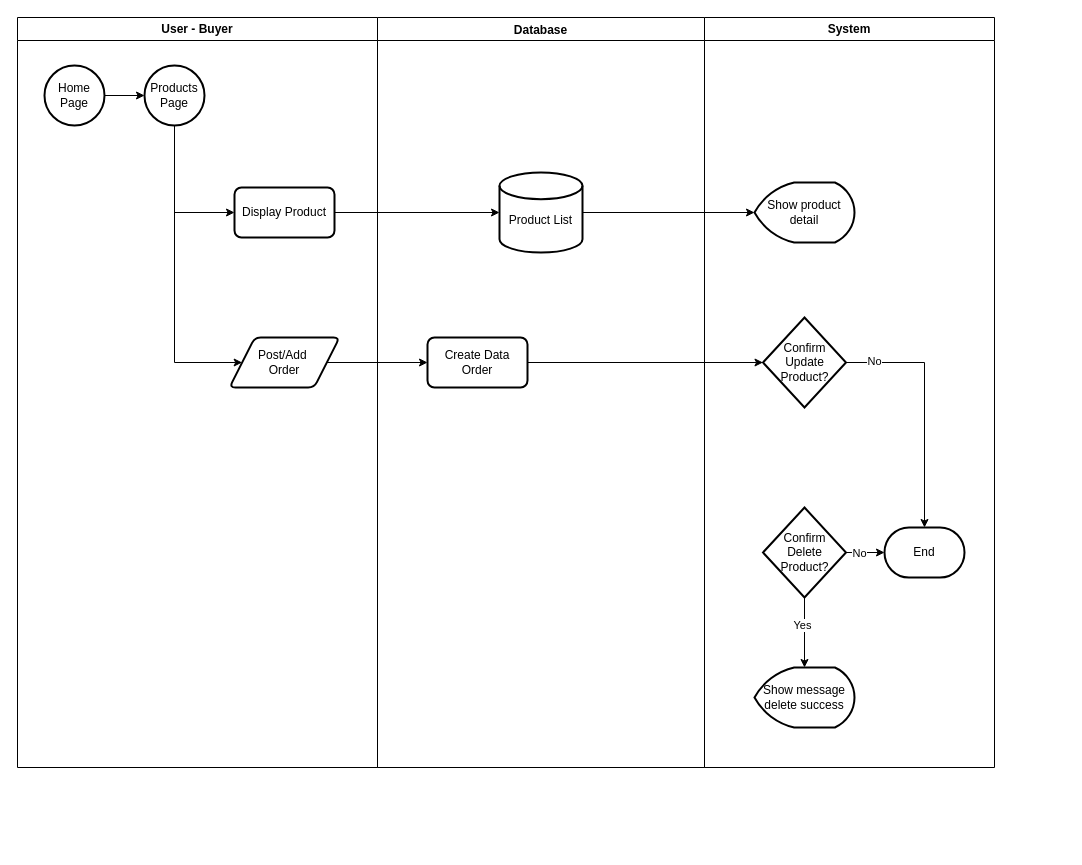
Earlier version of the draw.io diagram page "Orders" (3 of 4) of dummy/Untitled Diagram.drawio (anggreinipra/ReCircle_backend). Source tidied: cells renumbered, new cells numbered last; positions are measured from the earlier drawing's top-left corner, leaving out a move shared by most shapes. Both pictures are drawn from the tidied source at 100%, with x=0, y=0 at pixel (17, 17).
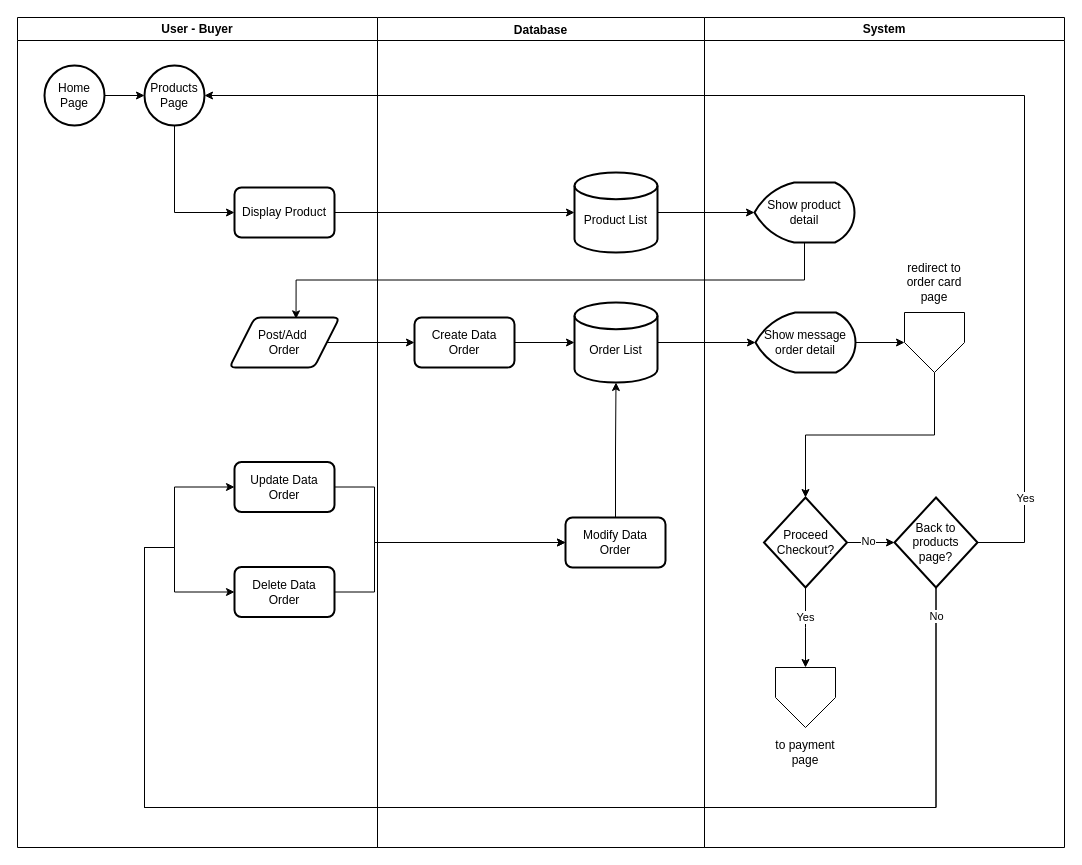
After the change.

The change refers to these unchanged cells:
```xml
<mxCell id="9" value="Products Page" style="strokeWidth=2;html=1;shape=mxgraph.flowchart.start_2;whiteSpace=wrap;" parent="7" vertex="1">
  <mxGeometry x="127" y="48" width="60" height="60" as="geometry" />
</mxCell>
<mxCell id="12" value="Display Product" style="rounded=1;whiteSpace=wrap;html=1;absoluteArcSize=1;arcSize=14;strokeWidth=2;" parent="7" vertex="1">
  <mxGeometry x="217" y="170" width="100" height="50" as="geometry" />
</mxCell>
<mxCell id="14" value="Show product detail" style="strokeWidth=2;html=1;shape=mxgraph.flowchart.display;whiteSpace=wrap;" parent="13" vertex="1">
  <mxGeometry x="50" y="165" width="100" height="60" as="geometry" />
</mxCell>
```

The edit, as a diff of the source:
```diff
@@
     <mxCell id="2" value="Database" style="swimlane;" parent="1" vertex="1">
-      <mxGeometry x="360" width="327" height="750" as="geometry" />
+      <mxGeometry x="360" width="327" height="830" as="geometry" />
     </mxCell>
     <mxCell id="3" value="&lt;div&gt;&lt;br&gt;&lt;/div&gt;Product List" style="strokeWidth=2;html=1;shape=mxgraph.flowchart.database;whiteSpace=wrap;" parent="2" vertex="1">
-      <mxGeometry x="122" y="155" width="83" height="80" as="geometry" />
+      <mxGeometry x="197" y="155" width="83" height="80" as="geometry" />
     </mxCell>
-    <mxCell id="4" value="Post/Add&amp;nbsp;&lt;div&gt;Order&lt;/div&gt;" style="shape=parallelogram;html=1;strokeWidth=2;perimeter=parallelogramPerimeter;whiteSpace=wrap;rounded=1;arcSize=12;size=0.23;" parent="2" vertex="1">
-      <mxGeometry x="-148" y="320" width="110" height="50" as="geometry" />
-    </mxCell>
-    <mxCell id="5" style="edgeStyle=orthogonalEdgeStyle;rounded=0;jettySize=auto;html=1;exitX=1;exitY=0.5;exitDx=0;exitDy=0;" parent="2" edge="1" source="4" target="6">
-      <mxGeometry relative="1" as="geometry" />
-    </mxCell>
+    <mxCell id="29" style="edgeStyle=orthogonalEdgeStyle;rounded=0;jettySize=auto;html=1;exitX=0.5;exitY=0;exitDx=0;exitDy=0;" parent="2" edge="1" source="30" target="31">
+      <mxGeometry relative="1" as="geometry" />
+    </mxCell>
+    <mxCell id="30" value="Modify Data Order" style="rounded=1;whiteSpace=wrap;html=1;absoluteArcSize=1;arcSize=14;strokeWidth=2;" parent="2" vertex="1">
+      <mxGeometry x="188" y="500" width="100" height="50" as="geometry" />
+    </mxCell>
     <mxCell id="6" value="Create Data Order" style="rounded=1;whiteSpace=wrap;html=1;absoluteArcSize=1;arcSize=14;strokeWidth=2;" parent="2" vertex="1">
-      <mxGeometry x="50" y="320" width="100" height="50" as="geometry" />
+      <mxGeometry x="37" y="300" width="100" height="50" as="geometry" />
     </mxCell>
+    <mxCell id="31" value="&lt;br&gt;&lt;div&gt;Order List&lt;/div&gt;" style="strokeWidth=2;html=1;shape=mxgraph.flowchart.database;whiteSpace=wrap;" parent="2" vertex="1">
+      <mxGeometry x="197" y="285" width="83" height="80" as="geometry" />
+    </mxCell>
+    <mxCell id="32" style="edgeStyle=orthogonalEdgeStyle;rounded=0;jettySize=auto;html=1;exitX=1;exitY=0.5;exitDx=0;exitDy=0;entryX=0;entryY=0.5;entryDx=0;entryDy=0;entryPerimeter=0;" parent="2" edge="1" source="6" target="31">
+      <mxGeometry relative="1" as="geometry" />
+    </mxCell>
     <mxCell id="7" value="User - Buyer" style="swimlane;whiteSpace=wrap;html=1;" parent="1" vertex="1">
-      <mxGeometry width="360" height="750" as="geometry" />
+      <mxGeometry width="360" height="830" as="geometry" />
     </mxCell>
-    <mxCell id="8" style="edgeStyle=orthogonalEdgeStyle;rounded=0;jettySize=auto;html=1;exitX=0.5;exitY=1;exitDx=0;exitDy=0;exitPerimeter=0;entryX=0;entryY=0.5;entryDx=0;entryDy=0;" parent="7" edge="1" source="9" target="12">
-      <mxGeometry relative="1" as="geometry" />
-    </mxCell>
@@
+    <mxCell id="33" value="Update Data Order" style="rounded=1;whiteSpace=wrap;html=1;absoluteArcSize=1;arcSize=14;strokeWidth=2;" parent="7" vertex="1">
+      <mxGeometry x="217" y="444.5" width="100" height="50" as="geometry" />
+    </mxCell>
+    <mxCell id="34" value="Delete Data&lt;div&gt;Order&lt;/div&gt;" style="rounded=1;whiteSpace=wrap;html=1;absoluteArcSize=1;arcSize=14;strokeWidth=2;" parent="7" vertex="1">
+      <mxGeometry x="217" y="549.5" width="100" height="50" as="geometry" />
+    </mxCell>
@@
+    <mxCell id="8" style="edgeStyle=orthogonalEdgeStyle;rounded=0;jettySize=auto;html=1;exitX=0.5;exitY=1;exitDx=0;exitDy=0;exitPerimeter=0;entryX=0;entryY=0.5;entryDx=0;entryDy=0;" parent="7" edge="1" source="9" target="12">
+      <mxGeometry relative="1" as="geometry" />
+    </mxCell>
     <mxCell id="13" value="System" style="swimlane;whiteSpace=wrap;html=1;" parent="1" vertex="1">
-      <mxGeometry x="687" width="290" height="750" as="geometry" />
+      <mxGeometry x="687" width="360" height="830" as="geometry" />
     </mxCell>
@@
-    <mxCell id="15" style="edgeStyle=orthogonalEdgeStyle;rounded=0;jettySize=auto;html=1;exitX=1;exitY=0.5;exitDx=0;exitDy=0;exitPerimeter=0;" parent="13" edge="1" source="19" target="21">
-      <mxGeometry relative="1" as="geometry" />
-    </mxCell>
-    <mxCell id="16" value="No" style="edgeLabel;html=1;align=center;verticalAlign=middle;" parent="15" vertex="1">
-      <mxGeometry x="-0.37" relative="1" as="geometry" />
-    </mxCell>
-    <mxCell id="17" style="edgeStyle=orthogonalEdgeStyle;rounded=0;jettySize=auto;html=1;exitX=0.5;exitY=1;exitDx=0;exitDy=0;exitPerimeter=0;entryX=0.5;entryY=0;entryDx=0;entryDy=0;entryPerimeter=0;" parent="13" edge="1" source="19" target="20">
-      <mxGeometry relative="1" as="geometry" />
-    </mxCell>
-    <mxCell id="18" value="Yes" style="edgeLabel;html=1;align=center;verticalAlign=middle;" parent="17" vertex="1">
-      <mxGeometry x="-0.24" y="-3" relative="1" as="geometry" />
-    </mxCell>
-    <mxCell id="19" value="Confirm&lt;div&gt;Delete Product?&lt;/div&gt;" style="strokeWidth=2;html=1;shape=mxgraph.flowchart.decision;whiteSpace=wrap;" parent="13" vertex="1">
-      <mxGeometry x="58.5" y="490" width="83" height="90" as="geometry" />
-    </mxCell>
-    <mxCell id="20" value="Show message delete success" style="strokeWidth=2;html=1;shape=mxgraph.flowchart.display;whiteSpace=wrap;" parent="13" vertex="1">
-      <mxGeometry x="50" y="650" width="100" height="60" as="geometry" />
-    </mxCell>
-    <mxCell id="21" value="End" style="strokeWidth=2;html=1;shape=mxgraph.flowchart.terminator;whiteSpace=wrap;" parent="13" vertex="1">
-      <mxGeometry x="180" y="510" width="80" height="50" as="geometry" />
-    </mxCell>
-    <mxCell id="22" value="Confirm&lt;div&gt;Update Product?&lt;/div&gt;" style="strokeWidth=2;html=1;shape=mxgraph.flowchart.decision;whiteSpace=wrap;" parent="13" vertex="1">
-      <mxGeometry x="58.5" y="300" width="83" height="90" as="geometry" />
+    <mxCell id="22" value="Back to products page?" style="strokeWidth=2;html=1;shape=mxgraph.flowchart.decision;whiteSpace=wrap;" parent="13" vertex="1">
+      <mxGeometry x="190" y="480" width="83" height="90" as="geometry" />
     </mxCell>
-    <mxCell id="23" style="edgeStyle=orthogonalEdgeStyle;rounded=0;jettySize=auto;html=1;exitX=1;exitY=0.5;exitDx=0;exitDy=0;exitPerimeter=0;entryX=0.5;entryY=0;entryDx=0;entryDy=0;entryPerimeter=0;" parent="13" edge="1" source="22" target="21">
-      <mxGeometry relative="1" as="geometry" />
-    </mxCell>
-    <mxCell id="24" value="No" style="edgeLabel;html=1;align=center;verticalAlign=middle;" parent="23" vertex="1">
-      <mxGeometry x="-0.77" y="2" relative="1" as="geometry" />
-    </mxCell>
-    <mxCell id="25" style="edgeStyle=orthogonalEdgeStyle;rounded=0;jettySize=auto;html=1;exitX=0.5;exitY=1;exitDx=0;exitDy=0;exitPerimeter=0;entryX=0;entryY=0.5;entryDx=0;entryDy=0;" parent="1" edge="1" source="9" target="4">
-      <mxGeometry relative="1" as="geometry">
-        <Array as="points">
-          <mxPoint x="157" y="345" />
-        </Array>
-      </mxGeometry>
-    </mxCell>
-    <mxCell id="26" style="edgeStyle=orthogonalEdgeStyle;rounded=0;jettySize=auto;html=1;exitX=1;exitY=0.5;exitDx=0;exitDy=0;entryX=0;entryY=0.5;entryDx=0;entryDy=0;entryPerimeter=0;" parent="1" edge="1" source="6" target="22">
-      <mxGeometry relative="1" as="geometry" />
-    </mxCell>
+    <mxCell id="4" value="Post/Add&amp;nbsp;&lt;div&gt;Order&lt;/div&gt;" style="shape=parallelogram;html=1;strokeWidth=2;perimeter=parallelogramPerimeter;whiteSpace=wrap;rounded=1;arcSize=12;size=0.23;" parent="13" vertex="1">
+      <mxGeometry x="-475" y="300" width="110" height="50" as="geometry" />
+    </mxCell>
+    <mxCell id="35" style="edgeStyle=orthogonalEdgeStyle;rounded=0;jettySize=auto;html=1;exitX=0.5;exitY=1;exitDx=0;exitDy=0;exitPerimeter=0;entryX=0.605;entryY=0.027;entryDx=0;entryDy=0;entryPerimeter=0;" parent="13" edge="1" source="14" target="4">
+      <mxGeometry relative="1" as="geometry" />
+    </mxCell>
+    <mxCell id="36" style="edgeStyle=orthogonalEdgeStyle;rounded=0;jettySize=auto;html=1;exitX=1;exitY=0.5;exitDx=0;exitDy=0;exitPerimeter=0;entryX=0;entryY=0.5;entryDx=0;entryDy=0;" parent="13" edge="1" source="37" target="43">
+      <mxGeometry relative="1" as="geometry" />
+    </mxCell>
+    <mxCell id="37" value="Show message order detail" style="strokeWidth=2;html=1;shape=mxgraph.flowchart.display;whiteSpace=wrap;" parent="13" vertex="1">
+      <mxGeometry x="51" y="295" width="100" height="60" as="geometry" />
+    </mxCell>
+    <mxCell id="38" style="verticalLabelPosition=bottom;verticalAlign=top;html=1;shape=offPageConnector;rounded=0;size=0.5;" parent="13" vertex="1">
+      <mxGeometry x="71" y="650" width="60" height="60" as="geometry" />
+    </mxCell>
+    <mxCell id="39" value="to payment page" style="text;html=1;align=center;verticalAlign=middle;whiteSpace=wrap;rounded=0;" parent="13" vertex="1">
+      <mxGeometry x="66" y="720" width="70" height="30" as="geometry" />
+    </mxCell>
+    <mxCell id="40" value="Proceed Checkout?" style="strokeWidth=2;html=1;shape=mxgraph.flowchart.decision;whiteSpace=wrap;" parent="13" vertex="1">
+      <mxGeometry x="59.5" y="480" width="83" height="90" as="geometry" />
+    </mxCell>
+    <mxCell id="41" style="edgeStyle=orthogonalEdgeStyle;rounded=0;jettySize=auto;html=1;exitX=0.5;exitY=1;exitDx=0;exitDy=0;exitPerimeter=0;entryX=0.5;entryY=0;entryDx=0;entryDy=0;entryPerimeter=0;" parent="13" edge="1" source="40">
+      <mxGeometry relative="1" as="geometry">
+        <mxPoint x="101" y="650" as="targetPoint" />
+      </mxGeometry>
+    </mxCell>
+    <mxCell id="42" value="Yes" style="edgeLabel;html=1;align=center;verticalAlign=middle;" parent="41" vertex="1">
+      <mxGeometry x="-0.28" y="-1" relative="1" as="geometry" />
+    </mxCell>
+    <mxCell id="43" style="verticalLabelPosition=bottom;verticalAlign=top;html=1;shape=offPageConnector;rounded=0;size=0.5;" parent="13" vertex="1">
+      <mxGeometry x="200" y="295" width="60" height="60" as="geometry" />
+    </mxCell>
+    <mxCell id="44" value="redirect to order card page" style="text;html=1;align=center;verticalAlign=middle;whiteSpace=wrap;rounded=0;" parent="13" vertex="1">
+      <mxGeometry x="195" y="250" width="70" height="30" as="geometry" />
+    </mxCell>
+    <mxCell id="45" style="edgeStyle=orthogonalEdgeStyle;rounded=0;jettySize=auto;html=1;exitX=0.5;exitY=1;exitDx=0;exitDy=0;entryX=0.5;entryY=0;entryDx=0;entryDy=0;entryPerimeter=0;" parent="13" edge="1" source="43" target="40">
+      <mxGeometry relative="1" as="geometry" />
+    </mxCell>
+    <mxCell id="46" style="edgeStyle=orthogonalEdgeStyle;rounded=0;jettySize=auto;html=1;exitX=1;exitY=0.5;exitDx=0;exitDy=0;exitPerimeter=0;entryX=0;entryY=0.5;entryDx=0;entryDy=0;entryPerimeter=0;" parent="13" edge="1" source="40" target="22">
+      <mxGeometry relative="1" as="geometry" />
+    </mxCell>
+    <mxCell id="47" value="No" style="edgeLabel;html=1;align=center;verticalAlign=middle;" parent="46" vertex="1">
+      <mxGeometry x="-0.12" y="2" relative="1" as="geometry" />
+    </mxCell>
+    <mxCell id="28" style="edgeStyle=orthogonalEdgeStyle;rounded=0;jettySize=auto;html=1;exitX=1;exitY=0.5;exitDx=0;exitDy=0;exitPerimeter=0;entryX=0;entryY=0.5;entryDx=0;entryDy=0;entryPerimeter=0;" parent="1" edge="1" source="3" target="14">
+      <mxGeometry relative="1" as="geometry" />
+    </mxCell>
+    <mxCell id="5" style="edgeStyle=orthogonalEdgeStyle;rounded=0;jettySize=auto;html=1;exitX=1;exitY=0.5;exitDx=0;exitDy=0;" parent="1" edge="1" source="4" target="6">
+      <mxGeometry relative="1" as="geometry" />
+    </mxCell>
+    <mxCell id="48" style="edgeStyle=orthogonalEdgeStyle;rounded=0;jettySize=auto;html=1;exitX=1;exitY=0.5;exitDx=0;exitDy=0;exitPerimeter=0;entryX=0;entryY=0.5;entryDx=0;entryDy=0;entryPerimeter=0;" parent="1" edge="1" source="31" target="37">
+      <mxGeometry relative="1" as="geometry" />
+    </mxCell>
+    <mxCell id="49" style="edgeStyle=orthogonalEdgeStyle;rounded=0;jettySize=auto;html=1;exitX=1;exitY=0.5;exitDx=0;exitDy=0;exitPerimeter=0;entryX=1;entryY=0.5;entryDx=0;entryDy=0;entryPerimeter=0;" parent="1" edge="1" source="22" target="9">
+      <mxGeometry relative="1" as="geometry">
+        <Array as="points">
+          <mxPoint x="1007" y="525" />
+          <mxPoint x="1007" y="78" />
+        </Array>
+      </mxGeometry>
+    </mxCell>
+    <mxCell id="50" value="Yes" style="edgeLabel;html=1;align=center;verticalAlign=middle;" parent="49" vertex="1">
+      <mxGeometry x="-0.86" relative="1" as="geometry" />
+    </mxCell>
+    <mxCell id="51" style="edgeStyle=orthogonalEdgeStyle;rounded=0;jettySize=auto;html=1;exitX=1;exitY=0.5;exitDx=0;exitDy=0;" parent="1" edge="1" source="33" target="30">
+      <mxGeometry relative="1" as="geometry">
+        <Array as="points">
+          <mxPoint x="357" y="469" />
+          <mxPoint x="357" y="525" />
+        </Array>
+      </mxGeometry>
+    </mxCell>
+    <mxCell id="52" style="edgeStyle=orthogonalEdgeStyle;rounded=0;jettySize=auto;html=1;exitX=1;exitY=0.5;exitDx=0;exitDy=0;entryX=0;entryY=0.5;entryDx=0;entryDy=0;" parent="1" edge="1" source="34" target="30">
+      <mxGeometry relative="1" as="geometry">
+        <Array as="points">
+          <mxPoint x="357" y="575" />
+          <mxPoint x="357" y="525" />
+        </Array>
+      </mxGeometry>
+    </mxCell>
+    <mxCell id="53" style="edgeStyle=orthogonalEdgeStyle;rounded=0;jettySize=auto;html=1;exitX=0.5;exitY=1;exitDx=0;exitDy=0;exitPerimeter=0;entryX=0;entryY=0.5;entryDx=0;entryDy=0;" parent="1" edge="1" source="22" target="33">
+      <mxGeometry relative="1" as="geometry">
+        <Array as="points">
+          <mxPoint x="919" y="790" />
+          <mxPoint x="127" y="790" />
+          <mxPoint x="127" y="530" />
+          <mxPoint x="157" y="530" />
+          <mxPoint x="157" y="470" />
+        </Array>
+      </mxGeometry>
+    </mxCell>
+    <mxCell id="54" style="edgeStyle=orthogonalEdgeStyle;rounded=0;jettySize=auto;html=1;exitX=0.5;exitY=1;exitDx=0;exitDy=0;exitPerimeter=0;entryX=0;entryY=0.5;entryDx=0;entryDy=0;" parent="1" edge="1" source="22" target="34">
+      <mxGeometry relative="1" as="geometry">
+        <Array as="points">
+          <mxPoint x="919" y="790" />
+          <mxPoint x="127" y="790" />
+          <mxPoint x="127" y="530" />
+          <mxPoint x="157" y="530" />
+          <mxPoint x="157" y="574" />
+        </Array>
+      </mxGeometry>
+    </mxCell>
+    <mxCell id="55" value="No" style="edgeLabel;html=1;align=center;verticalAlign=middle;" parent="54" vertex="1">
+      <mxGeometry x="-0.96" relative="1" as="geometry" />
+    </mxCell>
@@
-    <mxCell id="28" style="edgeStyle=orthogonalEdgeStyle;rounded=0;jettySize=auto;html=1;exitX=1;exitY=0.5;exitDx=0;exitDy=0;exitPerimeter=0;entryX=0;entryY=0.5;entryDx=0;entryDy=0;entryPerimeter=0;" parent="1" edge="1" source="3" target="14">
-      <mxGeometry relative="1" as="geometry" />
-    </mxCell>
```
